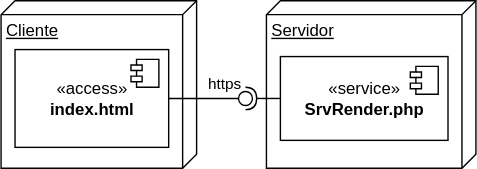
The draw.io diagram docs/img/m12renderServidor/renserverdistribucion.drawio.svg in gilpgawoas/gilpgawoas.github.io, before a commit. Source tidied: cells renumbered, new cells last; positions are measured from the earlier drawing's top-left corner, leaving out a move shared by most shapes.
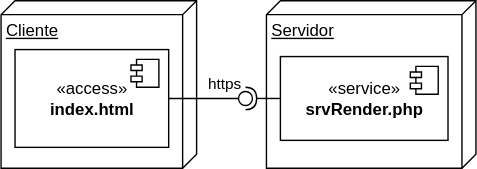
After the change.

What changed in the source:
```diff
@@ -16,7 +16,7 @@
     <mxCell id="5" value="Servidor" style="verticalAlign=top;align=left;spacingTop=8;spacingLeft=2;spacingRight=12;shape=cube;size=10;direction=south;fontStyle=4;html=1;" parent="1" vertex="1">
       <mxGeometry x="190" width="150" height="120" as="geometry" />
     </mxCell>
-    <mxCell id="6" value="«service»&lt;br&gt;&lt;b&gt;SrvRender.php&lt;/b&gt;" style="html=1;" parent="1" vertex="1">
+    <mxCell id="6" value="«service»&lt;br&gt;&lt;b&gt;srvRender.php&lt;/b&gt;" style="html=1;" parent="1" vertex="1">
       <mxGeometry x="200" y="40" width="120" height="60" as="geometry" />
     </mxCell>
     <mxCell id="7" style="shape=module;jettyWidth=8;jettyHeight=4;" parent="6" vertex="1">
```
